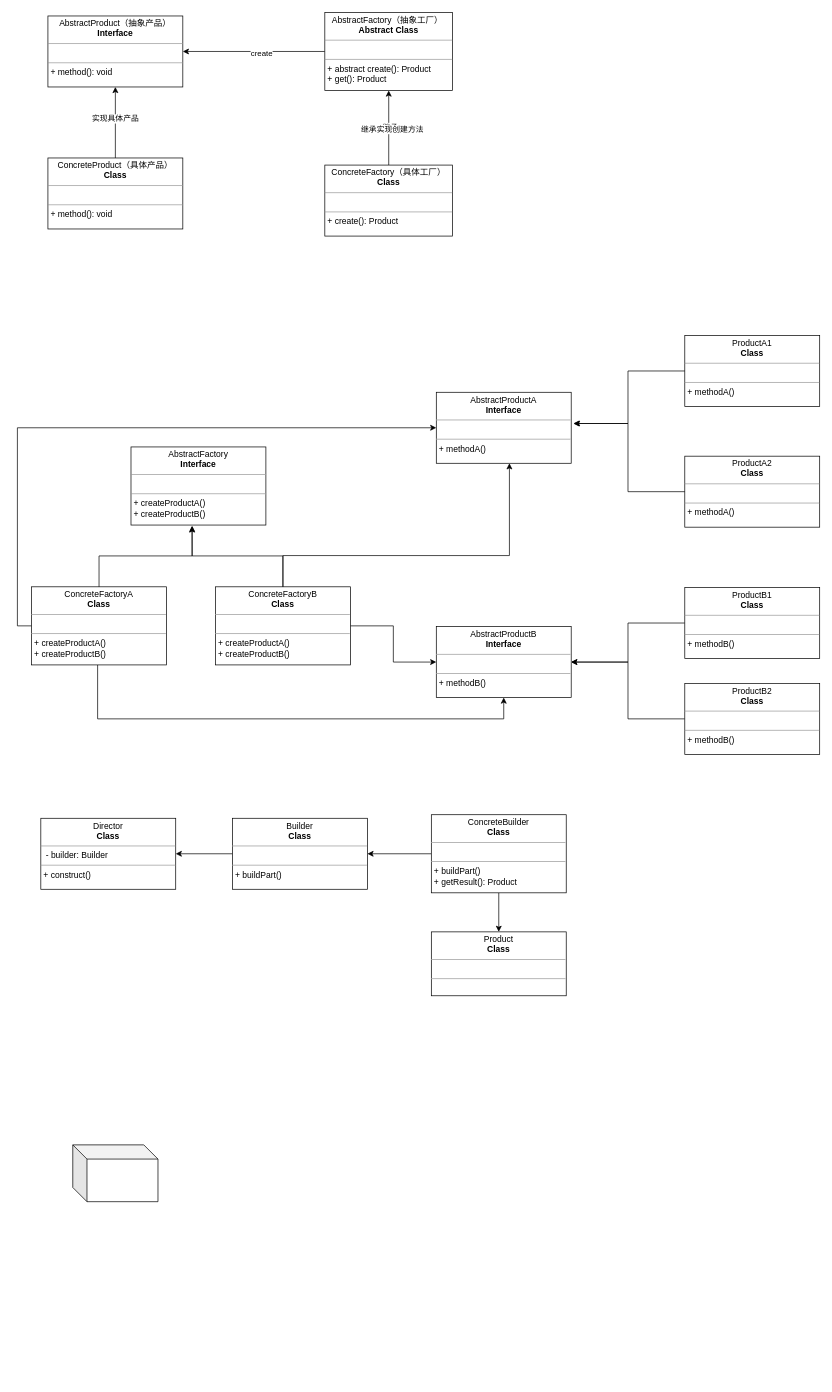
traurigekatze/creator keeps this draw.io diagram as design.drawio. Above is the earlier version. Source tidied: cells renumbered, new cells numbered last; positions are measured from the earlier drawing's top-left corner, leaving out a move shared by most shapes. Both pictures are drawn from the tidied source at 71%, with x=0, y=0 at pixel (17, 12).
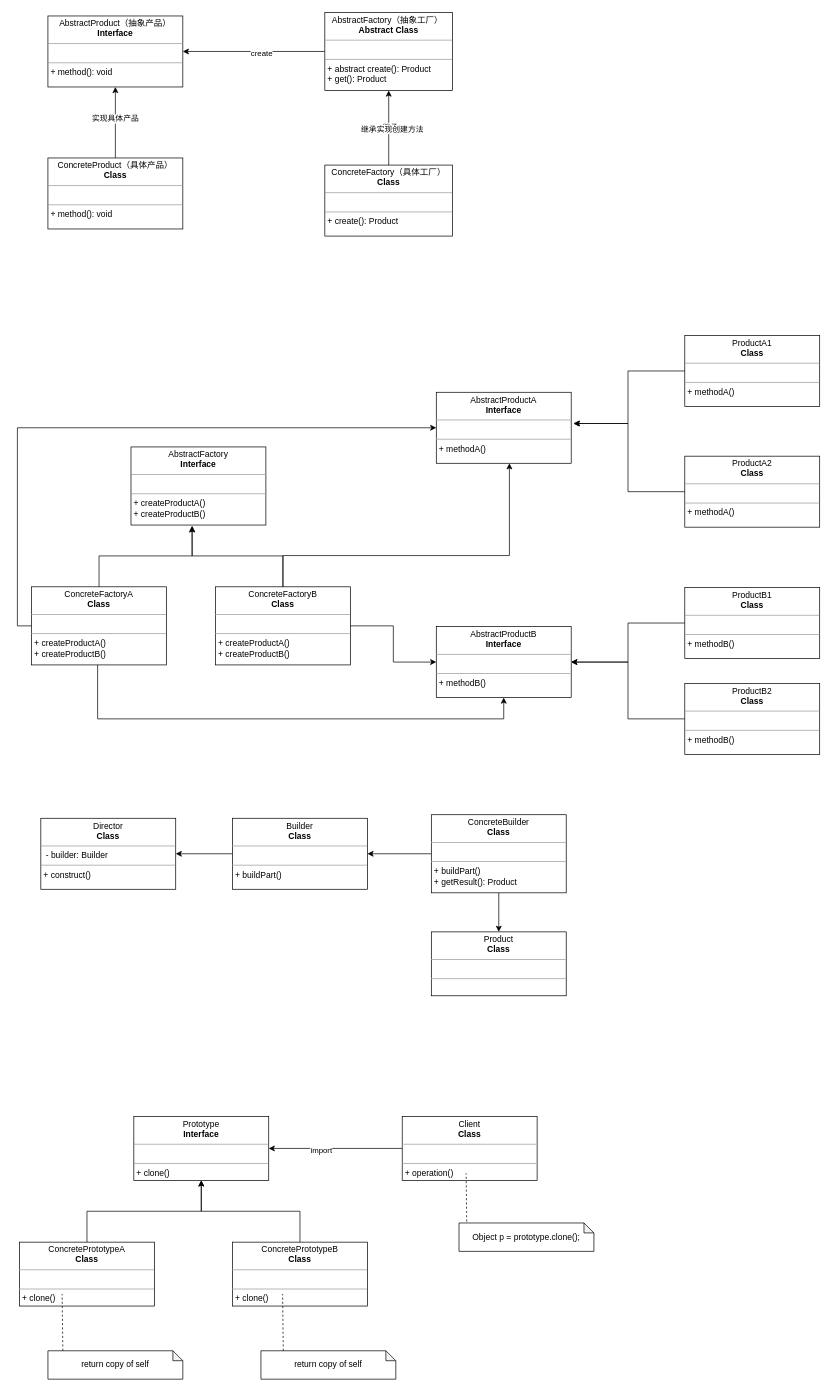
Above is the later version.

Change to the diagram source:
```diff
@@
-    <mxCell id="39" style="shape=cube;whiteSpace=wrap;html=1;boundedLbl=1;backgroundOutline=1;darkOpacity=0.05;darkOpacity2=0.1;" parent="1" vertex="1">
-      <mxGeometry x="78" y="1595" width="120" height="80" as="geometry" />
-    </mxCell>
+    <mxCell id="40" value="&lt;p style=&quot;margin:0px;margin-top:4px;text-align:center;&quot;&gt;Prototype&lt;br&gt;&lt;b&gt;Interface&lt;/b&gt;&lt;/p&gt;&lt;hr size=&quot;1&quot;&gt;&lt;p style=&quot;margin:0px;margin-left:4px;&quot;&gt;&lt;br&gt;&lt;/p&gt;&lt;hr size=&quot;1&quot;&gt;&lt;p style=&quot;margin:0px;margin-left:4px;&quot;&gt;+ clone()&lt;br&gt;&lt;/p&gt;" style="verticalAlign=top;align=left;overflow=fill;fontSize=12;fontFamily=Helvetica;html=1;whiteSpace=wrap;" parent="1" vertex="1">
+      <mxGeometry x="164" y="1555" width="190" height="90" as="geometry" />
+    </mxCell>
+    <mxCell id="41" style="edgeStyle=orthogonalEdgeStyle;rounded=0;jettySize=auto;html=1;" parent="1" edge="1" source="43" target="40">
+      <mxGeometry relative="1" as="geometry" />
+    </mxCell>
+    <mxCell id="42" value="import" style="edgeLabel;html=1;align=center;verticalAlign=middle;" parent="41" vertex="1">
+      <mxGeometry x="0.22" y="2" relative="1" as="geometry" />
+    </mxCell>
+    <mxCell id="43" value="&lt;p style=&quot;margin:0px;margin-top:4px;text-align:center;&quot;&gt;Client&lt;br&gt;&lt;b&gt;Class&lt;/b&gt;&lt;/p&gt;&lt;hr size=&quot;1&quot;&gt;&lt;p style=&quot;margin:0px;margin-left:4px;&quot;&gt;&lt;br&gt;&lt;/p&gt;&lt;hr size=&quot;1&quot;&gt;&lt;p style=&quot;margin:0px;margin-left:4px;&quot;&gt;+ operation()&lt;/p&gt;" style="verticalAlign=top;align=left;overflow=fill;fontSize=12;fontFamily=Helvetica;html=1;whiteSpace=wrap;" parent="1" vertex="1">
+      <mxGeometry x="542" y="1555" width="190" height="90" as="geometry" />
+    </mxCell>
+    <mxCell id="44" value="return copy of self" style="shape=note;whiteSpace=wrap;html=1;backgroundOutline=1;darkOpacity=0.05;size=14;" parent="1" vertex="1">
+      <mxGeometry x="43" y="1885" width="190" height="40" as="geometry" />
+    </mxCell>
+    <mxCell id="45" style="endArrow=none;dashed=1;html=1;rounded=0;exitX=0.058;exitY=0.25;exitDx=0;exitDy=0;exitPerimeter=0;" parent="1" edge="1" source="51">
+      <mxGeometry relative="1" as="geometry">
+        <mxPoint x="632" y="1635" as="targetPoint" />
+      </mxGeometry>
+    </mxCell>
+    <mxCell id="46" style="edgeStyle=orthogonalEdgeStyle;rounded=0;jettySize=auto;html=1;entryX=0.5;entryY=1;entryDx=0;entryDy=0;" parent="1" edge="1" source="47" target="40">
+      <mxGeometry relative="1" as="geometry" />
+    </mxCell>
+    <mxCell id="47" value="&lt;p style=&quot;margin:0px;margin-top:4px;text-align:center;&quot;&gt;ConcretePrototypeA&lt;br&gt;&lt;b&gt;Class&lt;/b&gt;&lt;/p&gt;&lt;hr size=&quot;1&quot;&gt;&lt;p style=&quot;margin:0px;margin-left:4px;&quot;&gt;&lt;br&gt;&lt;/p&gt;&lt;hr size=&quot;1&quot;&gt;&lt;p style=&quot;margin:0px;margin-left:4px;&quot;&gt;+ clone()&lt;/p&gt;" style="verticalAlign=top;align=left;overflow=fill;fontSize=12;fontFamily=Helvetica;html=1;whiteSpace=wrap;" parent="1" vertex="1">
+      <mxGeometry x="3" y="1732" width="190" height="90" as="geometry" />
+    </mxCell>
+    <mxCell id="48" style="edgeStyle=orthogonalEdgeStyle;rounded=0;jettySize=auto;html=1;entryX=0.5;entryY=1;entryDx=0;entryDy=0;" parent="1" edge="1" source="49" target="40">
+      <mxGeometry relative="1" as="geometry" />
+    </mxCell>
+    <mxCell id="49" value="&lt;p style=&quot;margin:0px;margin-top:4px;text-align:center;&quot;&gt;ConcretePrototypeB&lt;br&gt;&lt;b&gt;Class&lt;/b&gt;&lt;/p&gt;&lt;hr size=&quot;1&quot;&gt;&lt;p style=&quot;margin:0px;margin-left:4px;&quot;&gt;&lt;br&gt;&lt;/p&gt;&lt;hr size=&quot;1&quot;&gt;&lt;p style=&quot;margin:0px;margin-left:4px;&quot;&gt;+ clone()&lt;/p&gt;" style="verticalAlign=top;align=left;overflow=fill;fontSize=12;fontFamily=Helvetica;html=1;whiteSpace=wrap;" parent="1" vertex="1">
+      <mxGeometry x="303" y="1732" width="190" height="90" as="geometry" />
+    </mxCell>
+    <mxCell id="50" value="return copy of self" style="shape=note;whiteSpace=wrap;html=1;backgroundOutline=1;darkOpacity=0.05;size=14;" parent="1" vertex="1">
+      <mxGeometry x="343" y="1885" width="190" height="40" as="geometry" />
+    </mxCell>
+    <mxCell id="51" value="Object p = prototype.clone();" style="shape=note;whiteSpace=wrap;html=1;backgroundOutline=1;darkOpacity=0.05;size=14;" parent="1" vertex="1">
+      <mxGeometry x="622" y="1705" width="190" height="40" as="geometry" />
+    </mxCell>
+    <mxCell id="52" style="endArrow=none;dashed=1;html=1;rounded=0;exitX=0.058;exitY=0.25;exitDx=0;exitDy=0;exitPerimeter=0;" parent="1" edge="1">
+      <mxGeometry relative="1" as="geometry">
+        <mxPoint x="374.5" y="1885" as="sourcePoint" />
+        <mxPoint x="373.5" y="1805" as="targetPoint" />
+      </mxGeometry>
+    </mxCell>
+    <mxCell id="53" style="endArrow=none;dashed=1;html=1;rounded=0;exitX=0.058;exitY=0.25;exitDx=0;exitDy=0;exitPerimeter=0;" parent="1" edge="1">
+      <mxGeometry relative="1" as="geometry">
+        <mxPoint x="64" y="1885" as="sourcePoint" />
+        <mxPoint x="63" y="1805" as="targetPoint" />
+      </mxGeometry>
+    </mxCell>
```
